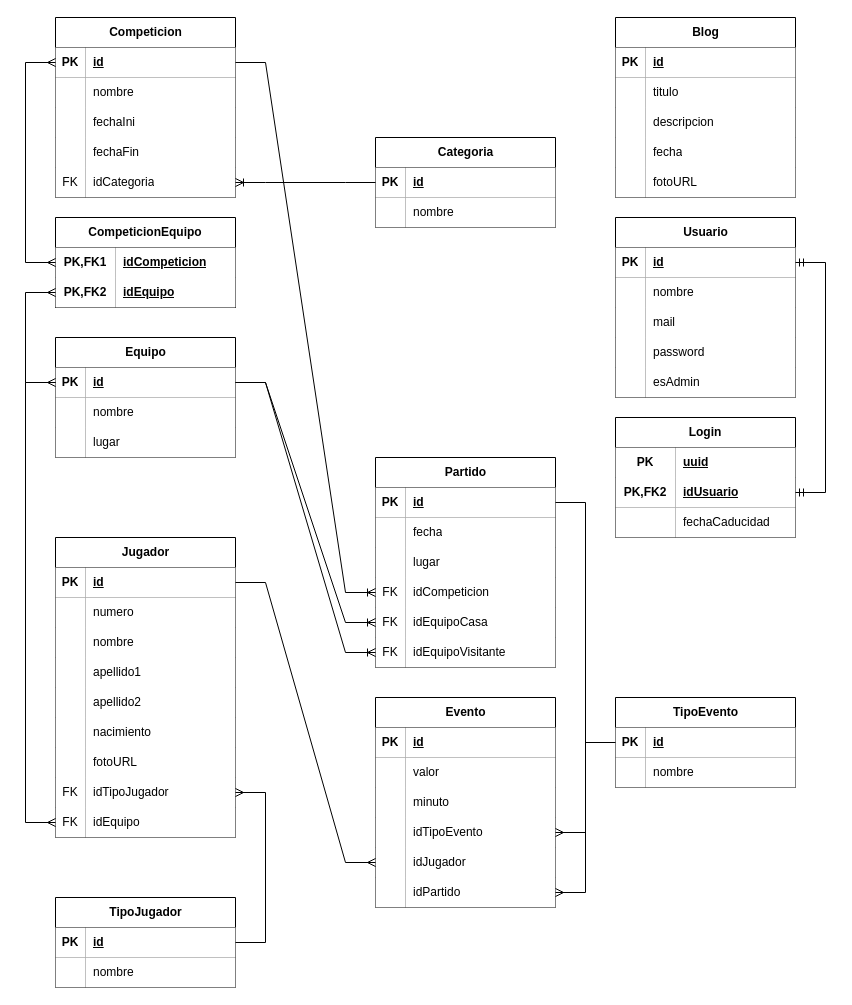
This is bd/design/diagramaRelacionalCochinillos.drawio from AlejandroS2I/cochinillos-voladores, a draw.io file, before an edit. Source tidied: cells renumbered, new cells numbered last; positions are measured from the earlier drawing's top-left corner, leaving out a move shared by most shapes. Both pictures are drawn from the tidied source at 100%, with x=0, y=0 at pixel (25, 17).
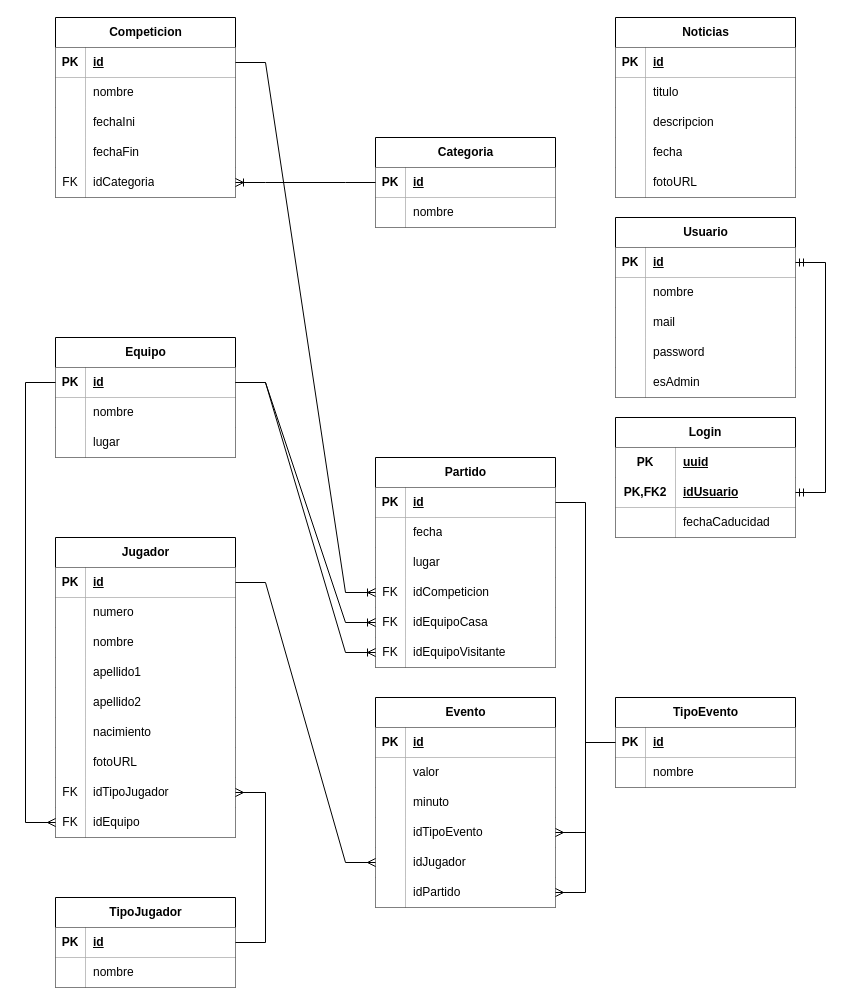
The same page after the edit.

Unchanged cells that the change refers to:
```xml
<mxCell id="3" style="shape=tableRow;horizontal=0;startSize=0;swimlaneHead=0;swimlaneBody=0;fillColor=none;points=[[0,0.5],[1,0.5]];portConstraint=eastwest;top=0;left=0;right=0;bottom=1;" parent="2" vertex="1">
  <mxGeometry y="30" width="180" height="30" as="geometry" />
</mxCell>
<mxCell id="33" style="shape=tableRow;horizontal=0;startSize=0;swimlaneHead=0;swimlaneBody=0;fillColor=none;points=[[0,0.5],[1,0.5]];portConstraint=eastwest;top=0;left=0;right=0;bottom=1;" parent="32" vertex="1">
  <mxGeometry y="30" width="180" height="30" as="geometry" />
</mxCell>
```

Change to the diagram source:
```diff
@@
-    <mxCell id="25" value="CompeticionEquipo" style="shape=table;startSize=30;childLayout=tableLayout;rowLines=0;fontStyle=1;align=center;html=1;whiteSpace=wrap;" parent="1" vertex="1">
-      <mxGeometry x="30" y="200" width="180" height="90" as="geometry" />
-    </mxCell>
-    <mxCell id="26" style="shape=tableRow;horizontal=0;startSize=0;swimlaneHead=0;swimlaneBody=0;fillColor=none;points=[[0,0.5],[1,0.5]];portConstraint=eastwest;top=0;left=0;right=0;bottom=0;html=1;" parent="25" vertex="1">
-      <mxGeometry y="30" width="180" height="30" as="geometry" />
-    </mxCell>
-    <mxCell id="27" value="PK,FK1" style="shape=partialRectangle;fillColor=default;top=0;left=0;bottom=0;right=0;fontStyle=1;overflow=hidden;html=1;whiteSpace=wrap;" parent="26" vertex="1">
-      <mxGeometry width="60" height="30" as="geometry" />
-    </mxCell>
-    <mxCell id="28" value="idCompeticion" style="shape=partialRectangle;fillColor=default;top=0;left=0;bottom=0;right=0;align=left;spacingLeft=6;fontStyle=5;overflow=hidden;html=1;whiteSpace=wrap;" parent="26" vertex="1">
-      <mxGeometry x="60" width="120" height="30" as="geometry" />
-    </mxCell>
-    <mxCell id="29" style="shape=tableRow;horizontal=0;startSize=0;swimlaneHead=0;swimlaneBody=0;fillColor=none;points=[[0,0.5],[1,0.5]];portConstraint=eastwest;top=0;left=0;right=0;bottom=1;html=1;" parent="25" vertex="1">
-      <mxGeometry y="60" width="180" height="30" as="geometry" />
-    </mxCell>
-    <mxCell id="30" value="PK,FK2" style="shape=partialRectangle;fillColor=default;top=0;left=0;bottom=0;right=0;fontStyle=1;overflow=hidden;html=1;whiteSpace=wrap;" parent="29" vertex="1">
-      <mxGeometry width="60" height="30" as="geometry" />
-    </mxCell>
-    <mxCell id="31" value="idEquipo" style="shape=partialRectangle;fillColor=default;top=0;left=0;bottom=0;right=0;align=left;spacingLeft=6;fontStyle=5;overflow=hidden;html=1;whiteSpace=wrap;" parent="29" vertex="1">
-      <mxGeometry x="60" width="120" height="30" as="geometry" />
-    </mxCell>
@@
-    <mxCell id="131" value="Blog" style="shape=table;startSize=30;childLayout=tableLayout;rowLines=0;fontStyle=1;align=center;html=1;" parent="1" vertex="1">
+    <mxCell id="131" value="Noticias" style="shape=table;startSize=30;childLayout=tableLayout;rowLines=0;fontStyle=1;align=center;html=1;" parent="1" vertex="1">
       <mxGeometry x="590" width="180" height="180" as="geometry" />
     </mxCell>
@@
-    <mxCell id="154" style="edgeStyle=orthogonalEdgeStyle;fontSize=12;html=1;endArrow=ERmany;startArrow=ERmany;rounded=0;exitX=0;exitY=0.5;exitDx=0;exitDy=0;entryX=0;entryY=0.5;entryDx=0;entryDy=0;" parent="1" edge="1" source="3" target="26">
-      <mxGeometry relative="1" as="geometry">
-        <Array as="points">
-          <mxPoint y="45" />
-          <mxPoint y="245" />
-        </Array>
-      </mxGeometry>
-    </mxCell>
-    <mxCell id="155" style="edgeStyle=orthogonalEdgeStyle;fontSize=12;html=1;endArrow=ERmany;startArrow=ERmany;rounded=0;entryX=0;entryY=0.5;entryDx=0;entryDy=0;exitX=0;exitY=0.5;exitDx=0;exitDy=0;" parent="1" edge="1" source="33" target="29">
-      <mxGeometry relative="1" as="geometry">
-        <Array as="points">
-          <mxPoint y="365" />
-          <mxPoint y="275" />
-        </Array>
-      </mxGeometry>
-    </mxCell>
```
